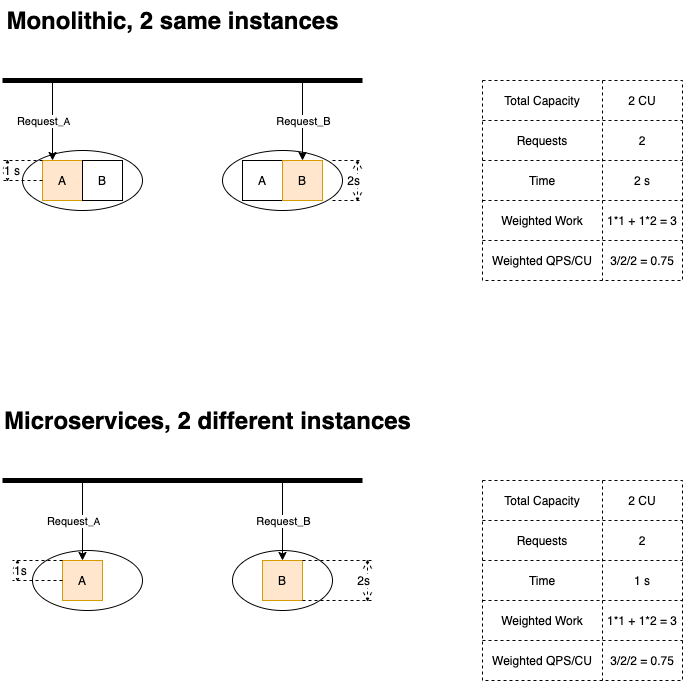
Before: 2021-11-how-independent-scaling-helps-with-performance/no-dep/no-dep-1v1.drawio.png, a diagram exported from draw.io (chenjianjx/cjx-diagrams). Source tidied: cells renumbered, new cells last; positions are measured from the earlier drawing's top-left corner, leaving out a move shared by most shapes.
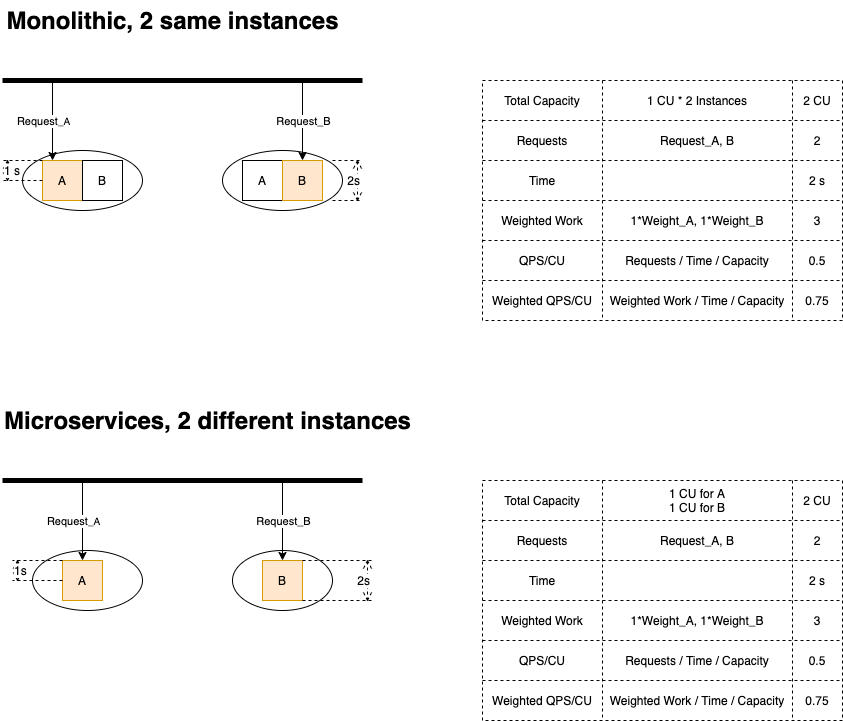
The same diagram one commit later.

Diff of the diagram source:
```diff
@@ -40,103 +40,157 @@
       <mxGeometry y="160" width="40" height="20" as="geometry" />
     </mxCell>
     <mxCell id="11" style="shape=table;html=1;whiteSpace=wrap;startSize=0;dashed=1;verticalAlign=bottom;" parent="1" vertex="1">
-      <mxGeometry x="480" y="80" width="200" height="200" as="geometry" />
+      <mxGeometry x="480" y="80" width="360" height="240" as="geometry" />
     </mxCell>
     <mxCell id="12" style="shape=partialRectangle;html=1;whiteSpace=wrap;fillColor=none;top=0;left=0;bottom=0;right=0;" parent="11" vertex="1">
-      <mxGeometry width="200" height="40" as="geometry" />
+      <mxGeometry width="360" height="40" as="geometry" />
     </mxCell>
     <mxCell id="13" value="Total Capacity" style="shape=partialRectangle;html=1;whiteSpace=wrap;fillColor=none;top=0;left=0;bottom=0;right=0;overflow=hidden;" parent="12" vertex="1">
       <mxGeometry width="120" height="40" as="geometry" />
     </mxCell>
+    <mxCell id="63" value="&lt;span&gt;1 CU * 2 Instances&lt;/span&gt;" style="shape=partialRectangle;html=1;whiteSpace=wrap;fillColor=none;top=0;left=0;bottom=0;right=0;overflow=hidden;" parent="12" vertex="1">
+      <mxGeometry x="120" width="190" height="40" as="geometry" />
+    </mxCell>
     <mxCell id="14" value="2 CU" style="shape=partialRectangle;html=1;whiteSpace=wrap;fillColor=none;top=0;left=0;bottom=0;right=0;overflow=hidden;" parent="12" vertex="1">
-      <mxGeometry x="120" width="80" height="40" as="geometry" />
+      <mxGeometry x="310" width="50" height="40" as="geometry" />
     </mxCell>
     <mxCell id="15" style="shape=partialRectangle;html=1;whiteSpace=wrap;fillColor=none;top=0;left=0;bottom=0;right=0;" parent="11" vertex="1">
-      <mxGeometry y="40" width="200" height="40" as="geometry" />
+      <mxGeometry y="40" width="360" height="40" as="geometry" />
     </mxCell>
     <mxCell id="16" value="Requests" style="shape=partialRectangle;html=1;whiteSpace=wrap;fillColor=none;top=0;left=0;bottom=0;right=0;overflow=hidden;" parent="15" vertex="1">
       <mxGeometry width="120" height="40" as="geometry" />
     </mxCell>
+    <mxCell id="64" value="Request_A, B" style="shape=partialRectangle;html=1;whiteSpace=wrap;fillColor=none;top=0;left=0;bottom=0;right=0;overflow=hidden;" parent="15" vertex="1">
+      <mxGeometry x="120" width="190" height="40" as="geometry" />
+    </mxCell>
     <mxCell id="17" value="2" style="shape=partialRectangle;html=1;whiteSpace=wrap;fillColor=none;top=0;left=0;bottom=0;right=0;overflow=hidden;" parent="15" vertex="1">
-      <mxGeometry x="120" width="80" height="40" as="geometry" />
+      <mxGeometry x="310" width="50" height="40" as="geometry" />
     </mxCell>
     <mxCell id="18" style="shape=partialRectangle;html=1;whiteSpace=wrap;fillColor=none;top=0;left=0;bottom=0;right=0;" parent="11" vertex="1">
-      <mxGeometry y="80" width="200" height="40" as="geometry" />
+      <mxGeometry y="80" width="360" height="40" as="geometry" />
     </mxCell>
     <mxCell id="19" value="Time" style="shape=partialRectangle;html=1;whiteSpace=wrap;fillColor=none;top=0;left=0;bottom=0;right=0;overflow=hidden;" parent="18" vertex="1">
       <mxGeometry width="120" height="40" as="geometry" />
     </mxCell>
+    <mxCell id="65" style="shape=partialRectangle;html=1;whiteSpace=wrap;fillColor=none;top=0;left=0;bottom=0;right=0;overflow=hidden;" parent="18" vertex="1">
+      <mxGeometry x="120" width="190" height="40" as="geometry" />
+    </mxCell>
     <mxCell id="20" value="2 s" style="shape=partialRectangle;html=1;whiteSpace=wrap;fillColor=none;top=0;left=0;bottom=0;right=0;overflow=hidden;" parent="18" vertex="1">
-      <mxGeometry x="120" width="80" height="40" as="geometry" />
+      <mxGeometry x="310" width="50" height="40" as="geometry" />
     </mxCell>
     <mxCell id="21" style="shape=partialRectangle;html=1;whiteSpace=wrap;fillColor=none;top=0;left=0;bottom=0;right=0;" parent="11" vertex="1">
-      <mxGeometry y="120" width="200" height="40" as="geometry" />
+      <mxGeometry y="120" width="360" height="40" as="geometry" />
     </mxCell>
     <mxCell id="22" value="&lt;span&gt;Weighted Work&lt;/span&gt;" style="shape=partialRectangle;html=1;whiteSpace=wrap;fillColor=none;top=0;left=0;bottom=0;right=0;overflow=hidden;" parent="21" vertex="1">
       <mxGeometry width="120" height="40" as="geometry" />
     </mxCell>
+    <mxCell id="66" value="1*Weight_A, 1*Weight_B" style="shape=partialRectangle;html=1;whiteSpace=wrap;fillColor=none;top=0;left=0;bottom=0;right=0;overflow=hidden;" parent="21" vertex="1">
+      <mxGeometry x="120" width="190" height="40" as="geometry" />
+    </mxCell>
-    <mxCell id="23" value="1*1 + 1*2 = 3" style="shape=partialRectangle;html=1;whiteSpace=wrap;fillColor=none;top=0;left=0;bottom=0;right=0;overflow=hidden;" parent="21" vertex="1">
-      <mxGeometry x="120" width="80" height="40" as="geometry" />
+    <mxCell id="23" value="3" style="shape=partialRectangle;html=1;whiteSpace=wrap;fillColor=none;top=0;left=0;bottom=0;right=0;overflow=hidden;" parent="21" vertex="1">
+      <mxGeometry x="310" width="50" height="40" as="geometry" />
     </mxCell>
+    <mxCell id="67" style="shape=partialRectangle;html=1;whiteSpace=wrap;fillColor=none;top=0;left=0;bottom=0;right=0;" parent="11" vertex="1">
+      <mxGeometry y="160" width="360" height="40" as="geometry" />
+    </mxCell>
+    <mxCell id="68" value="QPS/CU" style="shape=partialRectangle;html=1;whiteSpace=wrap;fillColor=none;top=0;left=0;bottom=0;right=0;overflow=hidden;" parent="67" vertex="1">
+      <mxGeometry width="120" height="40" as="geometry" />
+    </mxCell>
+    <mxCell id="69" value="&lt;span&gt;Requests / Time / Capacity&lt;/span&gt;" style="shape=partialRectangle;html=1;whiteSpace=wrap;fillColor=none;top=0;left=0;bottom=0;right=0;overflow=hidden;" parent="67" vertex="1">
+      <mxGeometry x="120" width="190" height="40" as="geometry" />
+    </mxCell>
+    <mxCell id="70" value="0.5" style="shape=partialRectangle;html=1;whiteSpace=wrap;fillColor=none;top=0;left=0;bottom=0;right=0;overflow=hidden;" parent="67" vertex="1">
+      <mxGeometry x="310" width="50" height="40" as="geometry" />
+    </mxCell>
     <mxCell id="24" style="shape=partialRectangle;html=1;whiteSpace=wrap;fillColor=none;top=0;left=0;bottom=0;right=0;" parent="11" vertex="1">
-      <mxGeometry y="160" width="200" height="40" as="geometry" />
+      <mxGeometry y="200" width="360" height="40" as="geometry" />
     </mxCell>
     <mxCell id="25" value="Weighted QPS/CU" style="shape=partialRectangle;html=1;whiteSpace=wrap;fillColor=none;top=0;left=0;bottom=0;right=0;overflow=hidden;" parent="24" vertex="1">
       <mxGeometry width="120" height="40" as="geometry" />
     </mxCell>
+    <mxCell id="71" value="&lt;span&gt;Weighted Work / Time / Capacity&lt;/span&gt;" style="shape=partialRectangle;html=1;whiteSpace=wrap;fillColor=none;top=0;left=0;bottom=0;right=0;overflow=hidden;" parent="24" vertex="1">
+      <mxGeometry x="120" width="190" height="40" as="geometry" />
+    </mxCell>
-    <mxCell id="26" value="3/2/2 = 0.75" style="shape=partialRectangle;html=1;whiteSpace=wrap;fillColor=none;top=0;left=0;bottom=0;right=0;overflow=hidden;" parent="24" vertex="1">
-      <mxGeometry x="120" width="80" height="40" as="geometry" />
+    <mxCell id="26" value="0.75" style="shape=partialRectangle;html=1;whiteSpace=wrap;fillColor=none;top=0;left=0;bottom=0;right=0;overflow=hidden;" parent="24" vertex="1">
+      <mxGeometry x="310" width="50" height="40" as="geometry" />
     </mxCell>
     <mxCell id="27" value="Monolithic, 2 same instances" style="text;strokeColor=none;fillColor=none;html=1;fontSize=24;fontStyle=1;verticalAlign=middle;align=center;dashed=1;" parent="1" vertex="1">
       <mxGeometry x="110" width="120" height="40" as="geometry" />
     </mxCell>
     <mxCell id="28" style="shape=table;html=1;whiteSpace=wrap;startSize=0;dashed=1;verticalAlign=bottom;" parent="1" vertex="1">
-      <mxGeometry x="480" y="480" width="200" height="200" as="geometry" />
+      <mxGeometry x="480" y="480" width="360" height="240" as="geometry" />
     </mxCell>
     <mxCell id="29" style="shape=partialRectangle;html=1;whiteSpace=wrap;fillColor=none;top=0;left=0;bottom=0;right=0;" parent="28" vertex="1">
-      <mxGeometry width="200" height="40" as="geometry" />
+      <mxGeometry width="360" height="40" as="geometry" />
     </mxCell>
     <mxCell id="30" value="Total Capacity" style="shape=partialRectangle;html=1;whiteSpace=wrap;fillColor=none;top=0;left=0;bottom=0;right=0;overflow=hidden;" parent="29" vertex="1">
       <mxGeometry width="120" height="40" as="geometry" />
     </mxCell>
+    <mxCell id="72" value="&lt;span&gt;1 CU for A&lt;/span&gt;&lt;br&gt;&lt;span&gt;1 CU for B&lt;/span&gt;" style="shape=partialRectangle;html=1;whiteSpace=wrap;fillColor=none;top=0;left=0;bottom=0;right=0;overflow=hidden;" parent="29" vertex="1">
+      <mxGeometry x="120" width="190" height="40" as="geometry" />
+    </mxCell>
     <mxCell id="31" value="2 CU" style="shape=partialRectangle;html=1;whiteSpace=wrap;fillColor=none;top=0;left=0;bottom=0;right=0;overflow=hidden;" parent="29" vertex="1">
-      <mxGeometry x="120" width="80" height="40" as="geometry" />
+      <mxGeometry x="310" width="50" height="40" as="geometry" />
     </mxCell>
     <mxCell id="32" style="shape=partialRectangle;html=1;whiteSpace=wrap;fillColor=none;top=0;left=0;bottom=0;right=0;" parent="28" vertex="1">
-      <mxGeometry y="40" width="200" height="40" as="geometry" />
+      <mxGeometry y="40" width="360" height="40" as="geometry" />
     </mxCell>
     <mxCell id="33" value="Requests" style="shape=partialRectangle;html=1;whiteSpace=wrap;fillColor=none;top=0;left=0;bottom=0;right=0;overflow=hidden;" parent="32" vertex="1">
       <mxGeometry width="120" height="40" as="geometry" />
     </mxCell>
+    <mxCell id="73" value="&lt;span&gt;Request_A, B&lt;/span&gt;" style="shape=partialRectangle;html=1;whiteSpace=wrap;fillColor=none;top=0;left=0;bottom=0;right=0;overflow=hidden;" parent="32" vertex="1">
+      <mxGeometry x="120" width="190" height="40" as="geometry" />
+    </mxCell>
     <mxCell id="34" value="2" style="shape=partialRectangle;html=1;whiteSpace=wrap;fillColor=none;top=0;left=0;bottom=0;right=0;overflow=hidden;" parent="32" vertex="1">
-      <mxGeometry x="120" width="80" height="40" as="geometry" />
+      <mxGeometry x="310" width="50" height="40" as="geometry" />
     </mxCell>
     <mxCell id="35" style="shape=partialRectangle;html=1;whiteSpace=wrap;fillColor=none;top=0;left=0;bottom=0;right=0;" parent="28" vertex="1">
-      <mxGeometry y="80" width="200" height="40" as="geometry" />
+      <mxGeometry y="80" width="360" height="40" as="geometry" />
     </mxCell>
     <mxCell id="36" value="Time" style="shape=partialRectangle;html=1;whiteSpace=wrap;fillColor=none;top=0;left=0;bottom=0;right=0;overflow=hidden;" parent="35" vertex="1">
       <mxGeometry width="120" height="40" as="geometry" />
     </mxCell>
+    <mxCell id="74" style="shape=partialRectangle;html=1;whiteSpace=wrap;fillColor=none;top=0;left=0;bottom=0;right=0;overflow=hidden;" parent="35" vertex="1">
+      <mxGeometry x="120" width="190" height="40" as="geometry" />
+    </mxCell>
-    <mxCell id="37" value="1 s" style="shape=partialRectangle;html=1;whiteSpace=wrap;fillColor=none;top=0;left=0;bottom=0;right=0;overflow=hidden;" parent="35" vertex="1">
-      <mxGeometry x="120" width="80" height="40" as="geometry" />
+    <mxCell id="37" value="2 s" style="shape=partialRectangle;html=1;whiteSpace=wrap;fillColor=none;top=0;left=0;bottom=0;right=0;overflow=hidden;" parent="35" vertex="1">
+      <mxGeometry x="310" width="50" height="40" as="geometry" />
     </mxCell>
     <mxCell id="38" style="shape=partialRectangle;html=1;whiteSpace=wrap;fillColor=none;top=0;left=0;bottom=0;right=0;" parent="28" vertex="1">
-      <mxGeometry y="120" width="200" height="40" as="geometry" />
+      <mxGeometry y="120" width="360" height="40" as="geometry" />
     </mxCell>
     <mxCell id="39" value="&lt;span&gt;Weighted Work&lt;/span&gt;" style="shape=partialRectangle;html=1;whiteSpace=wrap;fillColor=none;top=0;left=0;bottom=0;right=0;overflow=hidden;" parent="38" vertex="1">
       <mxGeometry width="120" height="40" as="geometry" />
     </mxCell>
+    <mxCell id="75" value="&lt;span&gt;1*Weight_A, 1*Weight_B&lt;/span&gt;" style="shape=partialRectangle;html=1;whiteSpace=wrap;fillColor=none;top=0;left=0;bottom=0;right=0;overflow=hidden;" parent="38" vertex="1">
+      <mxGeometry x="120" width="190" height="40" as="geometry" />
+    </mxCell>
-    <mxCell id="40" value="&lt;span&gt;1*1 + 1*2 = 3&lt;/span&gt;" style="shape=partialRectangle;html=1;whiteSpace=wrap;fillColor=none;top=0;left=0;bottom=0;right=0;overflow=hidden;" parent="38" vertex="1">
-      <mxGeometry x="120" width="80" height="40" as="geometry" />
+    <mxCell id="40" value="&lt;span&gt;3&lt;/span&gt;" style="shape=partialRectangle;html=1;whiteSpace=wrap;fillColor=none;top=0;left=0;bottom=0;right=0;overflow=hidden;" parent="38" vertex="1">
+      <mxGeometry x="310" width="50" height="40" as="geometry" />
     </mxCell>
+    <mxCell id="76" style="shape=partialRectangle;html=1;whiteSpace=wrap;fillColor=none;top=0;left=0;bottom=0;right=0;" parent="28" vertex="1">
+      <mxGeometry y="160" width="360" height="40" as="geometry" />
+    </mxCell>
+    <mxCell id="77" value="QPS/CU" style="shape=partialRectangle;html=1;whiteSpace=wrap;fillColor=none;top=0;left=0;bottom=0;right=0;overflow=hidden;" parent="76" vertex="1">
+      <mxGeometry width="120" height="40" as="geometry" />
+    </mxCell>
+    <mxCell id="78" value="&lt;span&gt;Requests / Time / Capacity&lt;/span&gt;" style="shape=partialRectangle;html=1;whiteSpace=wrap;fillColor=none;top=0;left=0;bottom=0;right=0;overflow=hidden;" parent="76" vertex="1">
+      <mxGeometry x="120" width="190" height="40" as="geometry" />
+    </mxCell>
+    <mxCell id="79" value="0.5" style="shape=partialRectangle;html=1;whiteSpace=wrap;fillColor=none;top=0;left=0;bottom=0;right=0;overflow=hidden;" parent="76" vertex="1">
+      <mxGeometry x="310" width="50" height="40" as="geometry" />
+    </mxCell>
     <mxCell id="41" style="shape=partialRectangle;html=1;whiteSpace=wrap;fillColor=none;top=0;left=0;bottom=0;right=0;" parent="28" vertex="1">
-      <mxGeometry y="160" width="200" height="40" as="geometry" />
+      <mxGeometry y="200" width="360" height="40" as="geometry" />
     </mxCell>
     <mxCell id="42" value="Weighted QPS/CU" style="shape=partialRectangle;html=1;whiteSpace=wrap;fillColor=none;top=0;left=0;bottom=0;right=0;overflow=hidden;" parent="41" vertex="1">
       <mxGeometry width="120" height="40" as="geometry" />
     </mxCell>
+    <mxCell id="80" value="&lt;span&gt;Weighted Work / Time / Capacity&lt;/span&gt;" style="shape=partialRectangle;html=1;whiteSpace=wrap;fillColor=none;top=0;left=0;bottom=0;right=0;overflow=hidden;" parent="41" vertex="1">
+      <mxGeometry x="120" width="190" height="40" as="geometry" />
+    </mxCell>
-    <mxCell id="43" value="3/2/2 = 0.75" style="shape=partialRectangle;html=1;whiteSpace=wrap;fillColor=none;top=0;left=0;bottom=0;right=0;overflow=hidden;" parent="41" vertex="1">
-      <mxGeometry x="120" width="80" height="40" as="geometry" />
+    <mxCell id="43" value="0.75" style="shape=partialRectangle;html=1;whiteSpace=wrap;fillColor=none;top=0;left=0;bottom=0;right=0;overflow=hidden;" parent="41" vertex="1">
+      <mxGeometry x="310" width="50" height="40" as="geometry" />
     </mxCell>
     <mxCell id="44" value="Microservices, 2 different instances" style="text;strokeColor=none;fillColor=none;html=1;fontSize=24;fontStyle=1;verticalAlign=middle;align=center;dashed=1;" parent="1" vertex="1">
       <mxGeometry x="70" y="400" width="270" height="40" as="geometry" />
```
